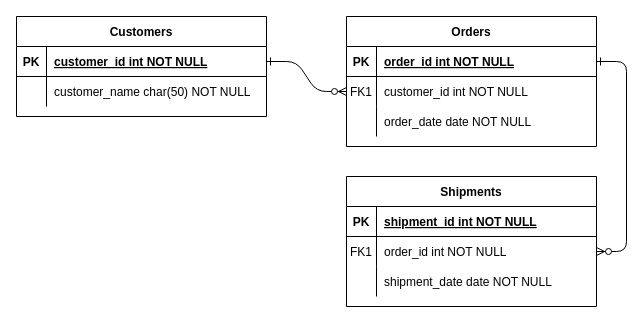
Before: Address-Book ERD.drawio in KBhuda/Address-Book, a draw.io diagram. Source tidied: cells renumbered, new cells numbered last; positions are measured from the earlier drawing's top-left corner, leaving out a move shared by most shapes. Both pictures are drawn from the tidied source at 100%, with x=0, y=0 at pixel (16, 16).
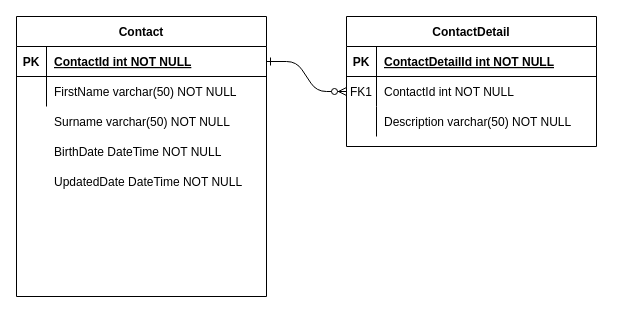
Above is the later version.

The change refers to these unchanged cells:
```xml
<mxCell id="5" style="shape=partialRectangle;fillColor=none;points=[[0,0.5],[1,0.5]];portConstraint=eastwest;top=0;left=0;right=0;bottom=1;" parent="4" vertex="1">
  <mxGeometry y="30" width="250" height="30" as="geometry" />
</mxCell>
<mxCell id="8" style="shape=partialRectangle;fillColor=none;points=[[0,0.5],[1,0.5]];portConstraint=eastwest;top=0;left=0;right=0;bottom=0;" parent="4" vertex="1">
  <mxGeometry y="60" width="250" height="30" as="geometry" />
</mxCell>
<mxCell id="11" style="shape=partialRectangle;fillColor=none;top=0;left=0;right=0;bottom=0;" parent="4" vertex="1">
  <mxGeometry y="90" width="250" height="30" as="geometry" />
</mxCell>
<mxCell id="25" style="shape=partialRectangle;fillColor=none;points=[[0,0.5],[1,0.5]];portConstraint=eastwest;top=0;left=0;right=0;bottom=1;" parent="24" vertex="1">
  <mxGeometry y="30" width="250" height="30" as="geometry" />
</mxCell>
<mxCell id="28" style="shape=partialRectangle;fillColor=none;top=0;left=0;right=0;bottom=0;" parent="24" vertex="1">
  <mxGeometry y="60" width="250" height="30" as="geometry" />
</mxCell>
```

Diff of the diagram source:
```diff
@@
-    <mxCell id="3" style="edgeStyle=entityRelationEdgeStyle;endArrow=ERzeroToMany;startArrow=ERone;endFill=1;startFill=0;" parent="1" edge="1" source="5" target="18">
-      <mxGeometry relative="1" as="geometry" />
-    </mxCell>
-    <mxCell id="4" value="Orders" style="shape=table;startSize=30;childLayout=tableLayout;rowLines=0;fontStyle=1;align=center;" parent="1" vertex="1">
+    <mxCell id="4" value="ContactDetail" style="shape=table;startSize=30;childLayout=tableLayout;rowLines=0;fontStyle=1;align=center;" parent="1" vertex="1">
       <mxGeometry x="330" width="250" height="130" as="geometry" />
     </mxCell>
@@
-    <mxCell id="7" value="order_id int NOT NULL " style="shape=partialRectangle;overflow=hidden;fillColor=none;top=0;left=0;bottom=0;right=0;align=left;spacingLeft=6;fontStyle=5;" parent="5" vertex="1">
+    <mxCell id="7" value="ContactDetailId int NOT NULL " style="shape=partialRectangle;overflow=hidden;fillColor=none;top=0;left=0;bottom=0;right=0;align=left;spacingLeft=6;fontStyle=5;" parent="5" vertex="1">
       <mxGeometry x="30" width="220" height="30" as="geometry" />
     </mxCell>
@@
-    <mxCell id="10" value="customer_id int NOT NULL" style="shape=partialRectangle;overflow=hidden;fillColor=none;top=0;left=0;bottom=0;right=0;align=left;spacingLeft=6;" parent="8" vertex="1">
+    <mxCell id="10" value="ContactId int NOT NULL" style="shape=partialRectangle;overflow=hidden;fillColor=none;top=0;left=0;bottom=0;right=0;align=left;spacingLeft=6;" parent="8" vertex="1">
       <mxGeometry x="30" width="220" height="30" as="geometry" />
     </mxCell>
@@
-    <mxCell id="13" value="order_date date NOT NULL" style="shape=partialRectangle;overflow=hidden;fillColor=none;top=0;left=0;bottom=0;right=0;align=left;spacingLeft=6;" parent="11" vertex="1">
+    <mxCell id="13" value="Description varchar(50) NOT NULL" style="shape=partialRectangle;overflow=hidden;fillColor=none;top=0;left=0;bottom=0;right=0;align=left;spacingLeft=6;" parent="11" vertex="1">
       <mxGeometry x="30" width="220" height="30" as="geometry" />
     </mxCell>
-    <mxCell id="14" value="Shipments" style="shape=table;startSize=30;childLayout=tableLayout;rowLines=0;fontStyle=1;align=center;" parent="1" vertex="1">
-      <mxGeometry x="330" y="160" width="250" height="130" as="geometry" />
-    </mxCell>
-    <mxCell id="15" style="shape=partialRectangle;fillColor=none;top=0;left=0;right=0;bottom=1;" parent="14" vertex="1">
-      <mxGeometry y="30" width="250" height="30" as="geometry" />
-    </mxCell>
-    <mxCell id="16" value="PK" style="shape=partialRectangle;overflow=hidden;fillColor=none;top=0;left=0;bottom=0;right=0;fontStyle=1;" parent="15" vertex="1">
-      <mxGeometry width="30" height="30" as="geometry" />
-    </mxCell>
-    <mxCell id="17" value="shipment_id int NOT NULL " style="shape=partialRectangle;overflow=hidden;fillColor=none;top=0;left=0;bottom=0;right=0;align=left;spacingLeft=6;fontStyle=5;" parent="15" vertex="1">
-      <mxGeometry x="30" width="220" height="30" as="geometry" />
-    </mxCell>
-    <mxCell id="18" style="shape=partialRectangle;fillColor=none;points=[[0,0.5],[1,0.5]];portConstraint=eastwest;top=0;left=0;right=0;bottom=0;" parent="14" vertex="1">
-      <mxGeometry y="60" width="250" height="30" as="geometry" />
-    </mxCell>
-    <mxCell id="19" value="FK1" style="shape=partialRectangle;overflow=hidden;fillColor=none;top=0;left=0;bottom=0;right=0;" parent="18" vertex="1">
-      <mxGeometry width="30" height="30" as="geometry" />
-    </mxCell>
-    <mxCell id="20" value="order_id int NOT NULL" style="shape=partialRectangle;overflow=hidden;fillColor=none;top=0;left=0;bottom=0;right=0;align=left;spacingLeft=6;" parent="18" vertex="1">
-      <mxGeometry x="30" width="220" height="30" as="geometry" />
-    </mxCell>
-    <mxCell id="21" style="shape=partialRectangle;fillColor=none;top=0;left=0;right=0;bottom=0;" parent="14" vertex="1">
-      <mxGeometry y="90" width="250" height="30" as="geometry" />
-    </mxCell>
-    <mxCell id="22" style="shape=partialRectangle;overflow=hidden;fillColor=none;top=0;left=0;bottom=0;right=0;" parent="21" vertex="1">
-      <mxGeometry width="30" height="30" as="geometry" />
-    </mxCell>
-    <mxCell id="23" value="shipment_date date NOT NULL" style="shape=partialRectangle;overflow=hidden;fillColor=none;top=0;left=0;bottom=0;right=0;align=left;spacingLeft=6;" parent="21" vertex="1">
-      <mxGeometry x="30" width="220" height="30" as="geometry" />
-    </mxCell>
-    <mxCell id="24" value="Customers" style="shape=table;startSize=30;childLayout=tableLayout;rowLines=0;fontStyle=1;align=center;" parent="1" vertex="1">
-      <mxGeometry width="250" height="100" as="geometry" />
+    <mxCell id="24" value="Contact" style="shape=table;startSize=30;childLayout=tableLayout;rowLines=0;fontStyle=1;align=center;" parent="1" vertex="1">
+      <mxGeometry width="250" height="280" as="geometry" />
     </mxCell>
@@
-    <mxCell id="27" value="customer_id int NOT NULL " style="shape=partialRectangle;overflow=hidden;fillColor=none;top=0;left=0;bottom=0;right=0;align=left;spacingLeft=6;fontStyle=5;" parent="25" vertex="1">
+    <mxCell id="27" value="ContactId int NOT NULL " style="shape=partialRectangle;overflow=hidden;fillColor=none;top=0;left=0;bottom=0;right=0;align=left;spacingLeft=6;fontStyle=5;" parent="25" vertex="1">
       <mxGeometry x="30" width="220" height="30" as="geometry" />
     </mxCell>
@@
-    <mxCell id="30" value="customer_name char(50) NOT NULL" style="shape=partialRectangle;overflow=hidden;fillColor=none;top=0;left=0;bottom=0;right=0;align=left;spacingLeft=6;" parent="28" vertex="1">
+    <mxCell id="30" value="FirstName varchar(50) NOT NULL" style="shape=partialRectangle;overflow=hidden;fillColor=none;top=0;left=0;bottom=0;right=0;align=left;spacingLeft=6;" parent="28" vertex="1">
       <mxGeometry x="30" width="220" height="30" as="geometry" />
     </mxCell>
+    <mxCell id="31" value="Surname varchar(50) NOT NULL" style="shape=partialRectangle;overflow=hidden;fillColor=none;top=0;left=0;bottom=0;right=0;align=left;spacingLeft=6;" parent="1" vertex="1">
+      <mxGeometry x="30" y="90" width="220" height="30" as="geometry" />
+    </mxCell>
+    <mxCell id="32" value="BirthDate DateTime NOT NULL" style="shape=partialRectangle;overflow=hidden;fillColor=none;top=0;left=0;bottom=0;right=0;align=left;spacingLeft=6;" parent="1" vertex="1">
+      <mxGeometry x="30" y="120" width="220" height="30" as="geometry" />
+    </mxCell>
+    <mxCell id="33" value="UpdatedDate DateTime NOT NULL" style="shape=partialRectangle;overflow=hidden;fillColor=none;top=0;left=0;bottom=0;right=0;align=left;spacingLeft=6;" parent="1" vertex="1">
+      <mxGeometry x="30" y="150" width="220" height="30" as="geometry" />
+    </mxCell>
```
